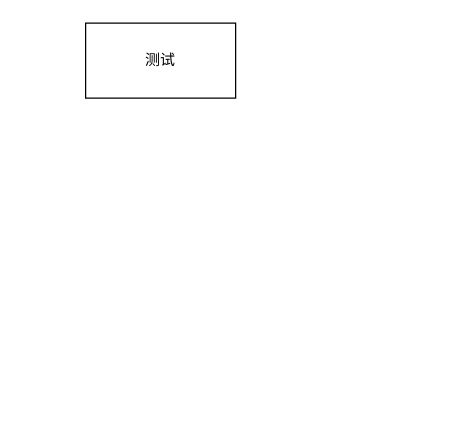
This is public/测试01.drawio from boyxlj/drawio, a draw.io file, before an edit. Source tidied: cells renumbered, new cells numbered last; positions are measured from the earlier drawing's top-left corner, leaving out a move shared by most shapes. Both pictures are drawn from the tidied source at 125%, with x=0, y=0 at pixel (85, 22).
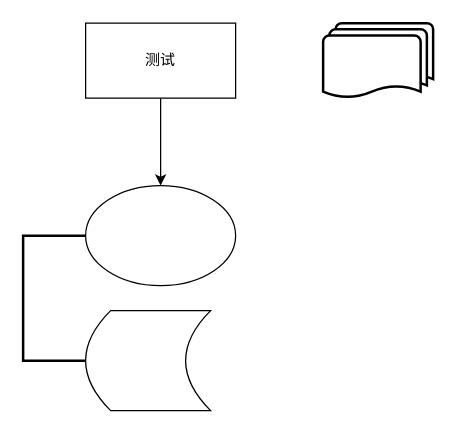
The same page after the edit.

The edit, as a diff of the source:
```diff
@@
 <mxGraphModel>
   <root>
     <mxCell id="0" />
     <mxCell id="1" parent="0" />
+    <mxCell id="3" style="edgeStyle=orthogonalEdgeStyle;rounded=0;jettySize=auto;html=1;exitX=0.5;exitY=1;exitDx=0;exitDy=0;entryX=0.5;entryY=0;entryDx=0;entryDy=0;" parent="1" edge="1" source="2" target="4">
+      <mxGeometry relative="1" as="geometry" />
+    </mxCell>
     <mxCell id="2" value="测试" style="rounded=0;whiteSpace=wrap;html=1;" parent="1" vertex="1">
       <mxGeometry width="120" height="60" as="geometry" />
     </mxCell>
+    <mxCell id="4" style="ellipse;whiteSpace=wrap;html=1;" parent="1" vertex="1">
+      <mxGeometry y="130" width="120" height="80" as="geometry" />
+    </mxCell>
+    <mxCell id="5" style="strokeWidth=2;html=1;shape=mxgraph.flowchart.annotation_1;align=left;" parent="1" vertex="1">
+      <mxGeometry x="-50" y="170" width="50" height="100" as="geometry" />
+    </mxCell>
+    <mxCell id="6" style="shape=dataStorage;whiteSpace=wrap;html=1;fixedSize=1;" parent="1" vertex="1">
+      <mxGeometry y="230" width="100" height="80" as="geometry" />
+    </mxCell>
+    <mxCell id="7" style="strokeWidth=2;html=1;shape=mxgraph.flowchart.multi-document;whiteSpace=wrap;" parent="1" vertex="1">
+      <mxGeometry x="190" width="88" height="60" as="geometry" />
+    </mxCell>
   </root>
 </mxGraphModel>
```
